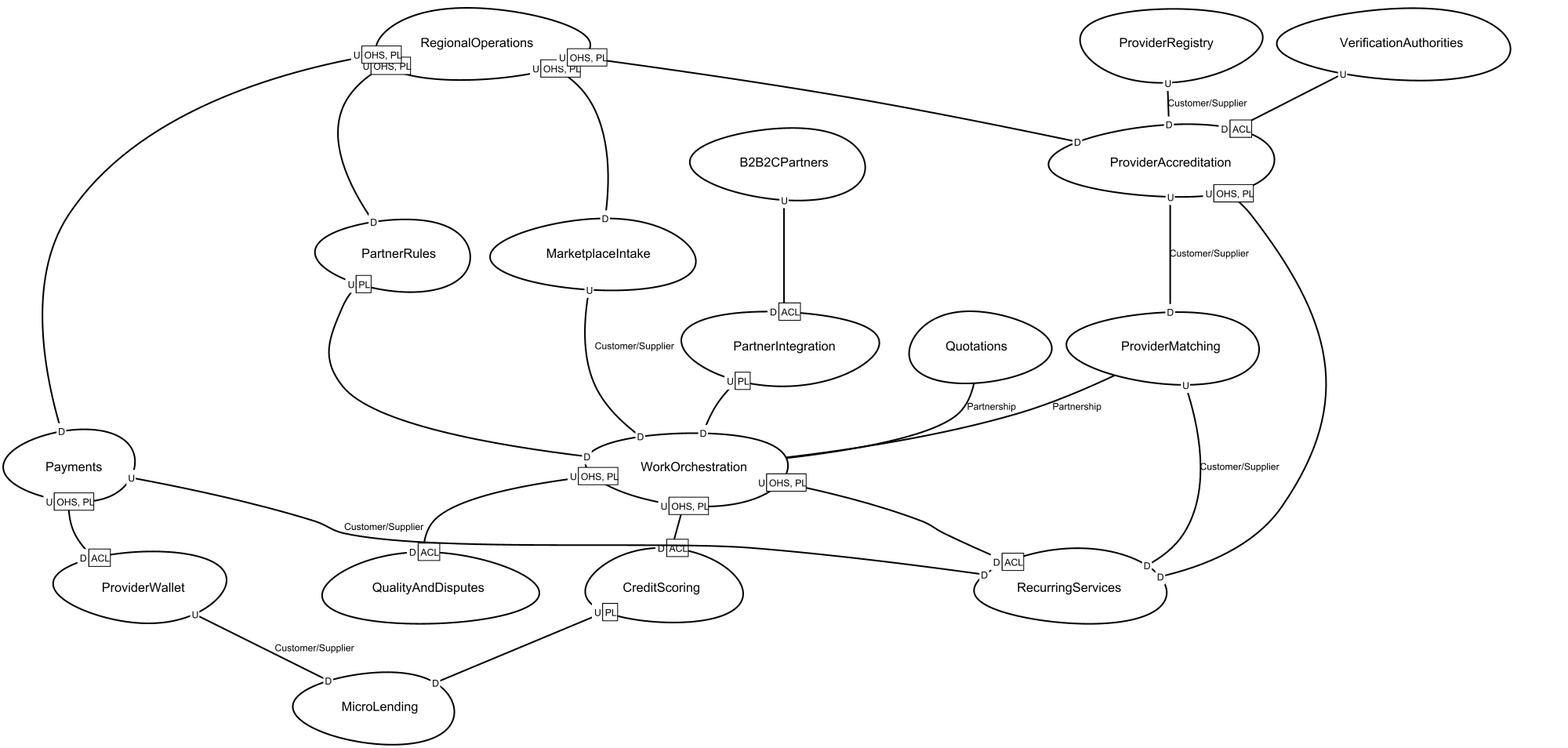
The Graphviz diagram src-gen/hogar-de-los-alpes-to-be_ContextMap.png in dso-uniandes/apps-no-monoliticas, before a commit. Its source is kept beside it as src-gen/hogar-de-los-alpes-to-be_ContextMap.gv.
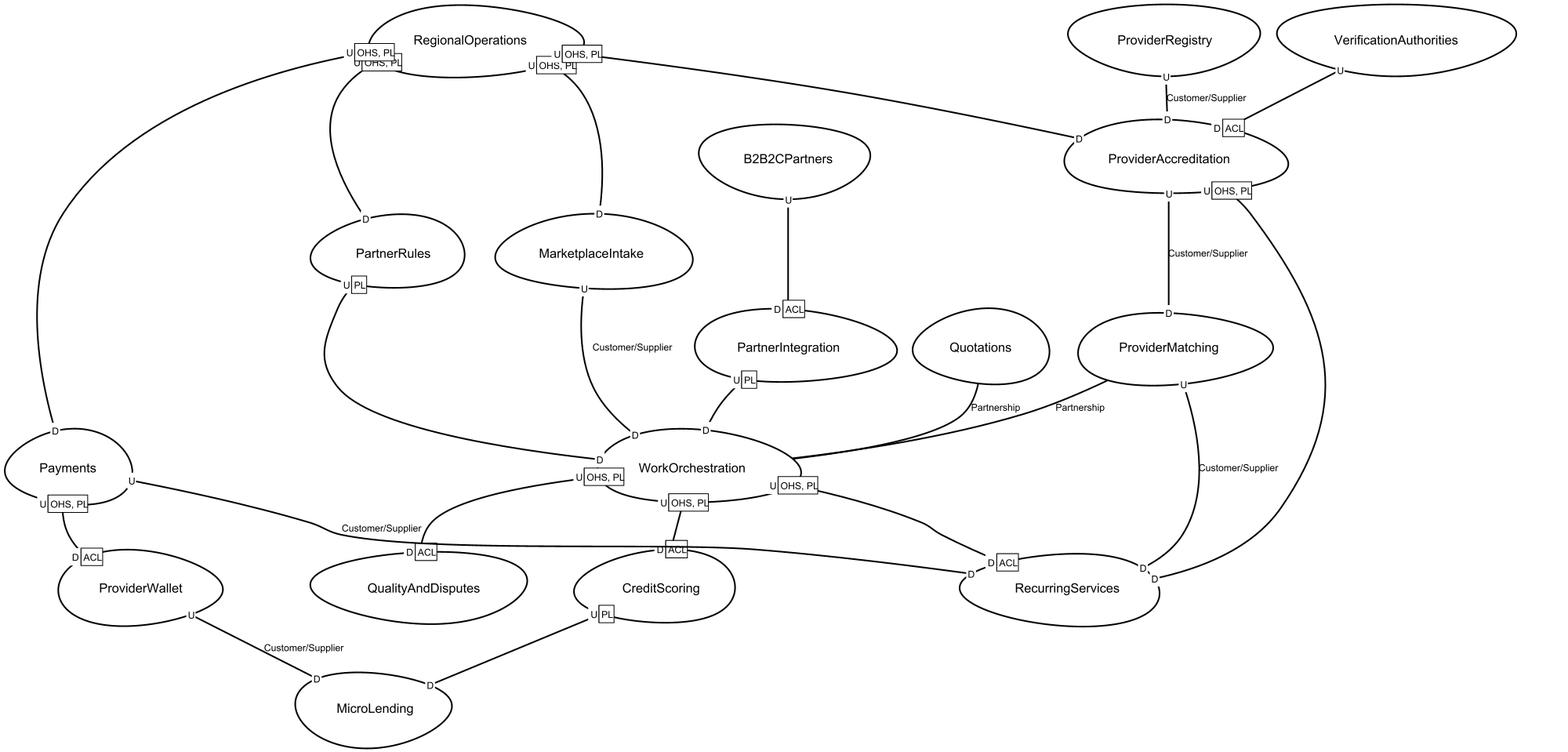
Later version of the same file.

Diff of the diagram source:
```diff
@@ -1,22 +1,22 @@
 digraph "ContextMapGraph" {
 graph ["imagepath"="C:\Users\danie\AppData\Local\Temp\GraphvizJava"]
-"B2B2CPartners" ["margin"="0.3","orientation"="332","shape"="egg","fontsize"="16","style"="bold","label"="B2B2CPartners\n","fontname"="sans-serif"]
-"PartnerIntegration" ["margin"="0.3","orientation"="329","shape"="egg","fontsize"="16","style"="bold","label"="PartnerIntegration\n","fontname"="sans-serif"]
-"WorkOrchestration" ["margin"="0.3","orientation"="344","shape"="egg","fontsize"="16","style"="bold","label"="WorkOrchestration\n","fontname"="sans-serif"]
-"QualityAndDisputes" ["margin"="0.3","orientation"="183","shape"="egg","fontsize"="16","style"="bold","label"="QualityAndDisputes\n","fontname"="sans-serif"]
-"RecurringServices" ["margin"="0.3","orientation"="280","shape"="egg","fontsize"="16","style"="bold","label"="RecurringServices\n","fontname"="sans-serif"]
-"CreditScoring" ["margin"="0.3","orientation"="83","shape"="egg","fontsize"="16","style"="bold","label"="CreditScoring\n","fontname"="sans-serif"]
-"MicroLending" ["margin"="0.3","orientation"="48","shape"="egg","fontsize"="16","style"="bold","label"="MicroLending\n","fontname"="sans-serif"]
-"MarketplaceIntake" ["margin"="0.3","orientation"="99","shape"="egg","fontsize"="16","style"="bold","label"="MarketplaceIntake\n","fontname"="sans-serif"]
-"PartnerRules" ["margin"="0.3","orientation"="177","shape"="egg","fontsize"="16","style"="bold","label"="PartnerRules\n","fontname"="sans-serif"]
-"Payments" ["margin"="0.3","orientation"="166","shape"="egg","fontsize"="16","style"="bold","label"="Payments\n","fontname"="sans-serif"]
-"ProviderWallet" ["margin"="0.3","orientation"="340","shape"="egg","fontsize"="16","style"="bold","label"="ProviderWallet\n","fontname"="sans-serif"]
-"ProviderAccreditation" ["margin"="0.3","orientation"="6","shape"="egg","fontsize"="16","style"="bold","label"="ProviderAccreditation\n","fontname"="sans-serif"]
-"ProviderMatching" ["margin"="0.3","orientation"="7","shape"="egg","fontsize"="16","style"="bold","label"="ProviderMatching\n","fontname"="sans-serif"]
-"ProviderRegistry" ["margin"="0.3","orientation"="308","shape"="egg","fontsize"="16","style"="bold","label"="ProviderRegistry\n","fontname"="sans-serif"]
-"Quotations" ["margin"="0.3","orientation"="49","shape"="egg","fontsize"="16","style"="bold","label"="Quotations\n","fontname"="sans-serif"]
-"RegionalOperations" ["margin"="0.3","orientation"="115","shape"="egg","fontsize"="16","style"="bold","label"="RegionalOperations\n","fontname"="sans-serif"]
-"VerificationAuthorities" ["margin"="0.3","orientation"="80","shape"="egg","fontsize"="16","style"="bold","label"="VerificationAuthorities\n","fontname"="sans-serif"]
+"B2B2CPartners" ["margin"="0.3","orientation"="191","shape"="egg","fontsize"="16","style"="bold","label"="B2B2CPartners\n","fontname"="sans-serif"]
+"PartnerIntegration" ["margin"="0.3","orientation"="277","shape"="egg","fontsize"="16","style"="bold","label"="PartnerIntegration\n","fontname"="sans-serif"]
+"WorkOrchestration" ["margin"="0.3","orientation"="81","shape"="egg","fontsize"="16","style"="bold","label"="WorkOrchestration\n","fontname"="sans-serif"]
+"QualityAndDisputes" ["margin"="0.3","orientation"="262","shape"="egg","fontsize"="16","style"="bold","label"="QualityAndDisputes\n","fontname"="sans-serif"]
+"RecurringServices" ["margin"="0.3","orientation"="24","shape"="egg","fontsize"="16","style"="bold","label"="RecurringServices\n","fontname"="sans-serif"]
+"CreditScoring" ["margin"="0.3","orientation"="144","shape"="egg","fontsize"="16","style"="bold","label"="CreditScoring\n","fontname"="sans-serif"]
+"MicroLending" ["margin"="0.3","orientation"="297","shape"="egg","fontsize"="16","style"="bold","label"="MicroLending\n","fontname"="sans-serif"]
+"MarketplaceIntake" ["margin"="0.3","orientation"="21","shape"="egg","fontsize"="16","style"="bold","label"="MarketplaceIntake\n","fontname"="sans-serif"]
+"PartnerRules" ["margin"="0.3","orientation"="332","shape"="egg","fontsize"="16","style"="bold","label"="PartnerRules\n","fontname"="sans-serif"]
+"Payments" ["margin"="0.3","orientation"="249","shape"="egg","fontsize"="16","style"="bold","label"="Payments\n","fontname"="sans-serif"]
+"ProviderWallet" ["margin"="0.3","orientation"="197","shape"="egg","fontsize"="16","style"="bold","label"="ProviderWallet\n","fontname"="sans-serif"]
+"ProviderAccreditation" ["margin"="0.3","orientation"="5","shape"="egg","fontsize"="16","style"="bold","label"="ProviderAccreditation\n","fontname"="sans-serif"]
+"ProviderMatching" ["margin"="0.3","orientation"="235","shape"="egg","fontsize"="16","style"="bold","label"="ProviderMatching\n","fontname"="sans-serif"]
+"ProviderRegistry" ["margin"="0.3","orientation"="255","shape"="egg","fontsize"="16","style"="bold","label"="ProviderRegistry\n","fontname"="sans-serif"]
+"Quotations" ["margin"="0.3","orientation"="260","shape"="egg","fontsize"="16","style"="bold","label"="Quotations\n","fontname"="sans-serif"]
+"RegionalOperations" ["margin"="0.3","orientation"="316","shape"="egg","fontsize"="16","style"="bold","label"="RegionalOperations\n","fontname"="sans-serif"]
+"VerificationAuthorities" ["margin"="0.3","orientation"="281","shape"="egg","fontsize"="16","style"="bold","label"="VerificationAuthorities\n","fontname"="sans-serif"]
 "B2B2CPartners" -> "PartnerIntegration" ["headlabel"=<<table cellspacing="0" cellborder="1" border="0">
 <tr><td bgcolor="white" sides="r">D</td><td sides="trbl" bgcolor="white"><font>ACL</font></td></tr>
 </table>>,"labeldistance"="0","fontsize"="12","taillabel"=<<table cellspacing="0" cellborder="0" border="0">
```
